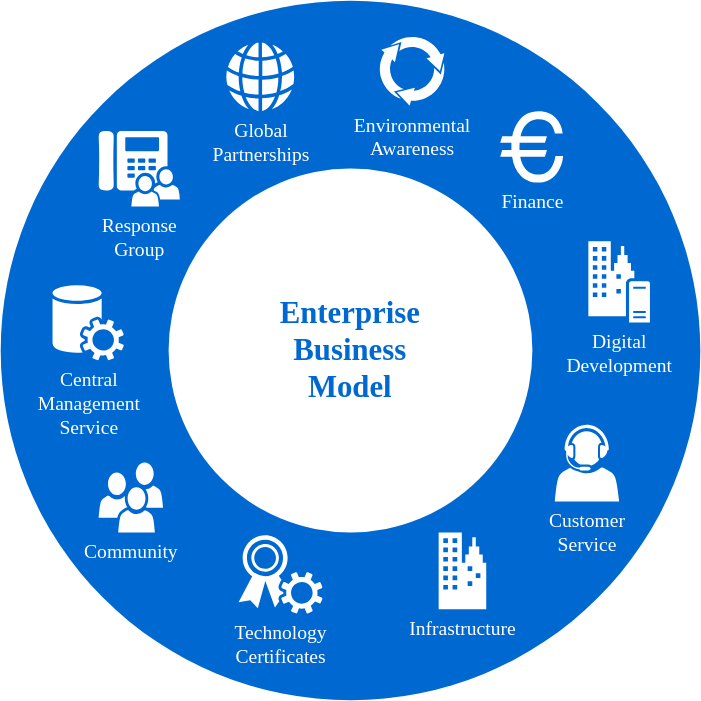
This is lss/Untitled Diagram003.drawio.svg from lsss1111/Diagram01, a draw.io export, as it was before one commit. Source tidied: cells renumbered, new cells last; positions are measured from the earlier drawing's top-left corner, leaving out a move shared by most shapes. Source of this version:
```xml
<mxGraphModel>
  <root>
    <mxCell id="0" />
    <mxCell id="1" parent="0" />
    <mxCell id="2" style="ellipse;whiteSpace=wrap;html=1;rounded=0;shadow=0;comic=0;strokeWidth=1;fontFamily=Verdana;fontSize=14;strokeColor=none;fillColor=#0069D1;" parent="1" vertex="1">
      <mxGeometry width="500" height="500" as="geometry" />
    </mxCell>
    <mxCell id="3" value="Enterprise&lt;div&gt;Business&lt;/div&gt;&lt;div&gt;Model&lt;/div&gt;" style="ellipse;whiteSpace=wrap;html=1;rounded=0;shadow=0;comic=0;strokeWidth=1;fontFamily=Verdana;fontSize=22;strokeColor=none;fillColor=#ffffff;fontColor=#0069D1;fontStyle=1;" parent="1" vertex="1">
      <mxGeometry x="120" y="120" width="260" height="260" as="geometry" />
    </mxCell>
    <mxCell id="4" value="Community" style="shadow=0;dashed=0;html=1;strokeColor=none;fillColor=#ffffff;labelPosition=center;verticalLabelPosition=bottom;verticalAlign=top;shape=mxgraph.office.users.users;rounded=0;comic=0;fontFamily=Verdana;fontSize=14;fontColor=#FFFFFF;" parent="1" vertex="1">
      <mxGeometry x="70" y="330" width="46" height="50" as="geometry" />
    </mxCell>
    <mxCell id="5" value="Customer&lt;div&gt;Service&lt;/div&gt;" style="shadow=0;dashed=0;html=1;strokeColor=none;fillColor=#ffffff;labelPosition=center;verticalLabelPosition=bottom;verticalAlign=top;shape=mxgraph.office.users.call_center_agent;rounded=0;comic=0;fontFamily=Verdana;fontSize=14;fontColor=#FFFFFF;" parent="1" vertex="1">
      <mxGeometry x="396" y="303" width="46" height="55" as="geometry" />
    </mxCell>
    <mxCell id="6" value="Response&lt;div&gt;Group&lt;/div&gt;" style="shadow=0;dashed=0;html=1;strokeColor=none;fillColor=#ffffff;labelPosition=center;verticalLabelPosition=bottom;verticalAlign=top;shape=mxgraph.office.users.response_group;rounded=0;comic=0;fontFamily=Verdana;fontSize=14;fontColor=#FFFFFF;" parent="1" vertex="1">
      <mxGeometry x="70" y="93" width="58" height="54" as="geometry" />
    </mxCell>
    <mxCell id="7" value="Central&lt;div&gt;Management&lt;/div&gt;&lt;div&gt;Service&lt;/div&gt;" style="shadow=0;dashed=0;html=1;strokeColor=none;fillColor=#ffffff;labelPosition=center;verticalLabelPosition=bottom;verticalAlign=top;shape=mxgraph.office.services.central_management_service;rounded=0;comic=0;fontFamily=Verdana;fontSize=14;fontColor=#FFFFFF;" parent="1" vertex="1">
      <mxGeometry x="37" y="203" width="51" height="54" as="geometry" />
    </mxCell>
    <mxCell id="8" value="Digital&lt;div&gt;Development&lt;/div&gt;" style="shadow=0;dashed=0;html=1;strokeColor=none;fillColor=#ffffff;labelPosition=center;verticalLabelPosition=bottom;verticalAlign=top;shape=mxgraph.office.servers.on_premises_server;rounded=0;comic=0;fontFamily=Verdana;fontSize=14;fontColor=#FFFFFF;" parent="1" vertex="1">
      <mxGeometry x="420" y="172" width="44" height="58" as="geometry" />
    </mxCell>
    <mxCell id="9" value="Technology&lt;div&gt;Certificates&lt;/div&gt;" style="shadow=0;dashed=0;html=1;strokeColor=none;fillColor=#ffffff;labelPosition=center;verticalLabelPosition=bottom;verticalAlign=top;shape=mxgraph.office.security.token_service;rounded=0;comic=0;fontFamily=Verdana;fontSize=14;fontColor=#FFFFFF;" parent="1" vertex="1">
      <mxGeometry x="170" y="382" width="60" height="56" as="geometry" />
    </mxCell>
    <mxCell id="10" value="Infrastructure" style="shadow=0;dashed=0;html=1;strokeColor=none;fillColor=#ffffff;labelPosition=center;verticalLabelPosition=bottom;verticalAlign=top;shape=mxgraph.office.concepts.on_premises;rounded=0;comic=0;fontFamily=Verdana;fontSize=14;fontColor=#FFFFFF;" parent="1" vertex="1">
      <mxGeometry x="313" y="380" width="34" height="55" as="geometry" />
    </mxCell>
    <mxCell id="11" value="Global&lt;div&gt;Partnerships&lt;/div&gt;" style="shadow=0;dashed=0;html=1;strokeColor=none;fillColor=#ffffff;labelPosition=center;verticalLabelPosition=bottom;verticalAlign=top;shape=mxgraph.office.concepts.globe_internet;rounded=0;comic=0;fontFamily=Verdana;fontSize=14;fontColor=#FFFFFF;" parent="1" vertex="1">
      <mxGeometry x="161" y="30" width="49" height="49" as="geometry" />
    </mxCell>
    <mxCell id="12" value="Environmental&lt;div&gt;Awareness&lt;/div&gt;" style="shadow=0;dashed=0;html=1;strokeColor=none;shape=mxgraph.mscae.general.continuous_cycle;fillColor=#ffffff;rounded=0;comic=0;fontFamily=Verdana;fontSize=14;fontColor=#FFFFFF;verticalAlign=top;labelPosition=center;verticalLabelPosition=bottom;align=center;" parent="1" vertex="1">
      <mxGeometry x="270" y="25" width="48" height="50" as="geometry" />
    </mxCell>
    <mxCell id="13" value="Finance" style="shape=mxgraph.signs.travel.euro;html=1;fillColor=#ffffff;strokeColor=none;verticalLabelPosition=bottom;verticalAlign=top;align=center;rounded=0;shadow=0;dashed=0;comic=0;fontFamily=Verdana;fontSize=14;fontColor=#FFFFFF;" parent="1" vertex="1">
      <mxGeometry x="357" y="79" width="45" height="51" as="geometry" />
    </mxCell>
  </root>
</mxGraphModel>
```
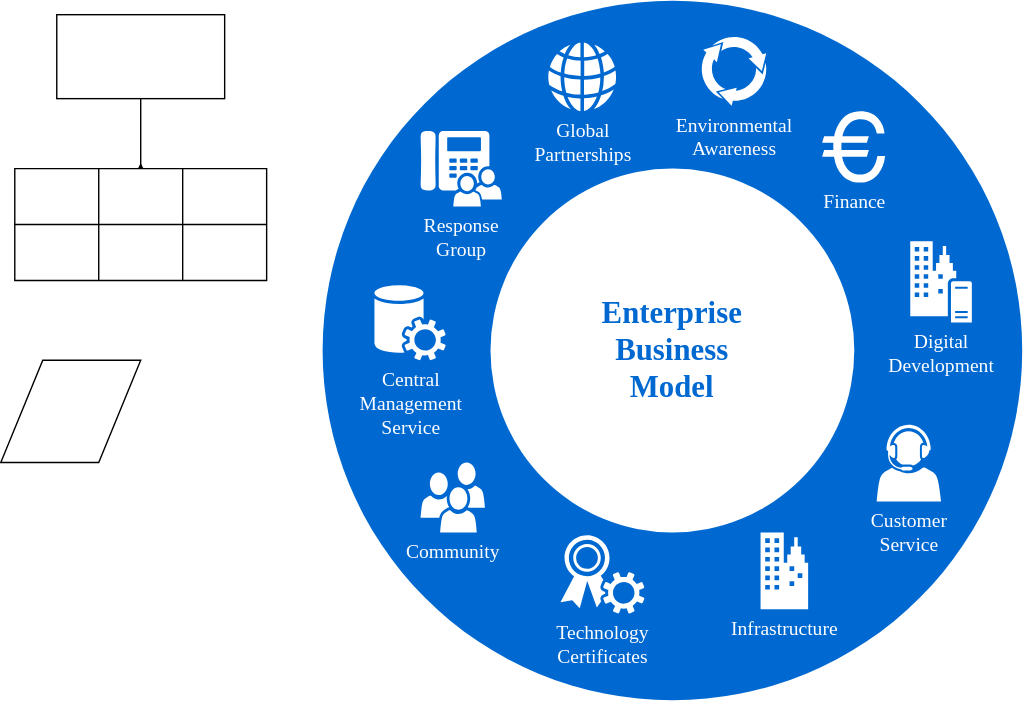
Above is the later version.

What changed in the source:
```diff
@@ -38,5 +38,46 @@
     <mxCell id="13" value="Finance" style="shape=mxgraph.signs.travel.euro;html=1;fillColor=#ffffff;strokeColor=none;verticalLabelPosition=bottom;verticalAlign=top;align=center;rounded=0;shadow=0;dashed=0;comic=0;fontFamily=Verdana;fontSize=14;fontColor=#FFFFFF;" parent="1" vertex="1">
       <mxGeometry x="357" y="79" width="45" height="51" as="geometry" />
     </mxCell>
+    <mxCell id="14" style="edgeStyle=orthogonalEdgeStyle;rounded=0;jettySize=auto;html=1;entryX=0.5;entryY=-0.1;entryDx=0;entryDy=0;entryPerimeter=0;" parent="1" edge="1" source="15" target="17">
+      <mxGeometry relative="1" as="geometry">
+        <Array as="points">
+          <mxPoint x="-130" y="130" />
+          <mxPoint x="-130" y="130" />
+        </Array>
+      </mxGeometry>
+    </mxCell>
+    <mxCell id="15" style="rounded=0;whiteSpace=wrap;html=1;rotation=0;" parent="1" vertex="1">
+      <mxGeometry x="-190" y="10" width="120" height="60" as="geometry" />
+    </mxCell>
+    <mxCell id="16" style="shape=table;startSize=0;" parent="1" vertex="1">
+      <mxGeometry x="-220" y="120" width="180" height="80" as="geometry" />
+    </mxCell>
+    <mxCell id="17" style="shape=tableRow;horizontal=0;startSize=0;swimlaneHead=0;swimlaneBody=0;top=0;left=0;bottom=0;right=0;fillColor=none;points=[[0,0.5],[1,0.5]];portConstraint=eastwest;" parent="16" vertex="1">
+      <mxGeometry width="180" height="40" as="geometry" />
+    </mxCell>
+    <mxCell id="18" style="shape=partialRectangle;html=1;whiteSpace=wrap;overflow=hidden;fillColor=none;top=0;left=0;bottom=0;right=0;" parent="17" vertex="1">
+      <mxGeometry width="60" height="40" as="geometry" />
+    </mxCell>
+    <mxCell id="19" style="shape=partialRectangle;html=1;whiteSpace=wrap;overflow=hidden;fillColor=none;top=0;left=0;bottom=0;right=0;" parent="17" vertex="1">
+      <mxGeometry x="60" width="60" height="40" as="geometry" />
+    </mxCell>
+    <mxCell id="20" style="shape=partialRectangle;html=1;whiteSpace=wrap;overflow=hidden;fillColor=none;top=0;left=0;bottom=0;right=0;" parent="17" vertex="1">
+      <mxGeometry x="120" width="60" height="40" as="geometry" />
+    </mxCell>
+    <mxCell id="21" style="shape=tableRow;horizontal=0;startSize=0;swimlaneHead=0;swimlaneBody=0;top=0;left=0;bottom=0;right=0;fillColor=none;" parent="16" vertex="1">
+      <mxGeometry y="40" width="180" height="40" as="geometry" />
+    </mxCell>
+    <mxCell id="22" style="shape=partialRectangle;html=1;whiteSpace=wrap;overflow=hidden;fillColor=none;top=0;left=0;bottom=0;right=0;" parent="21" vertex="1">
+      <mxGeometry width="60" height="40" as="geometry" />
+    </mxCell>
+    <mxCell id="23" style="shape=partialRectangle;html=1;whiteSpace=wrap;overflow=hidden;fillColor=none;top=0;left=0;bottom=0;right=0;" parent="21" vertex="1">
+      <mxGeometry x="60" width="60" height="40" as="geometry" />
+    </mxCell>
+    <mxCell id="24" style="shape=partialRectangle;html=1;whiteSpace=wrap;overflow=hidden;fillColor=none;top=0;left=0;bottom=0;right=0;" parent="21" vertex="1">
+      <mxGeometry x="120" width="60" height="40" as="geometry" />
+    </mxCell>
+    <mxCell id="25" style="shape=parallelogram;perimeter=parallelogramPerimeter;whiteSpace=wrap;html=1;fixedSize=1;size=30;" parent="1" vertex="1">
+      <mxGeometry x="-230" y="257" width="100" height="73" as="geometry" />
+    </mxCell>
   </root>
 </mxGraphModel>
```
